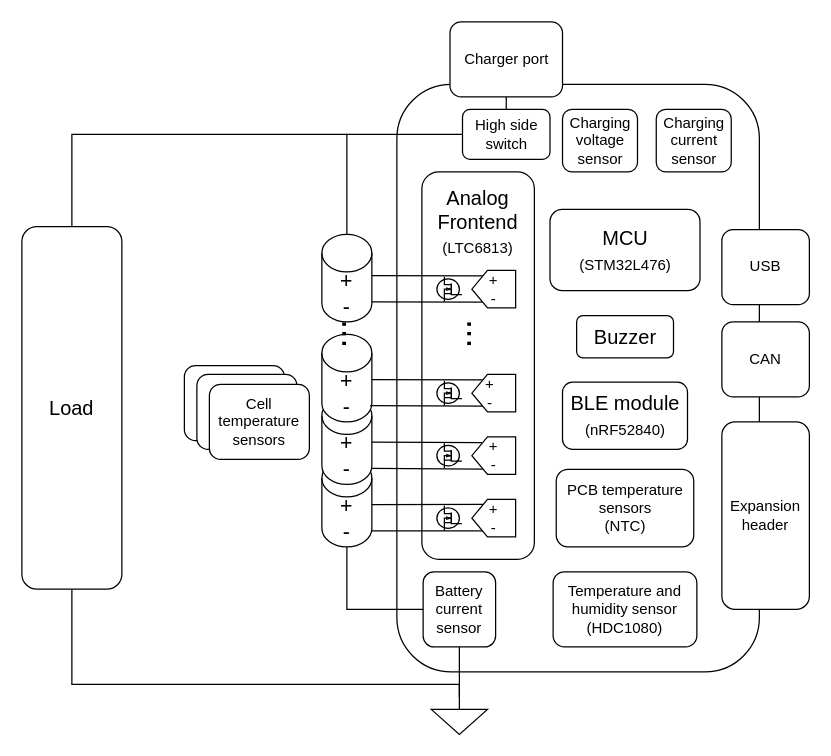
Before: docs/block-diagram.drawio in G-Pereira/greenmobi-bms, a draw.io diagram. Source tidied: cells renumbered, new cells numbered last; positions are measured from the earlier drawing's top-left corner, leaving out a move shared by most shapes. Both pictures are drawn from the tidied source at 125%, with x=0, y=0 at pixel (21, 21).
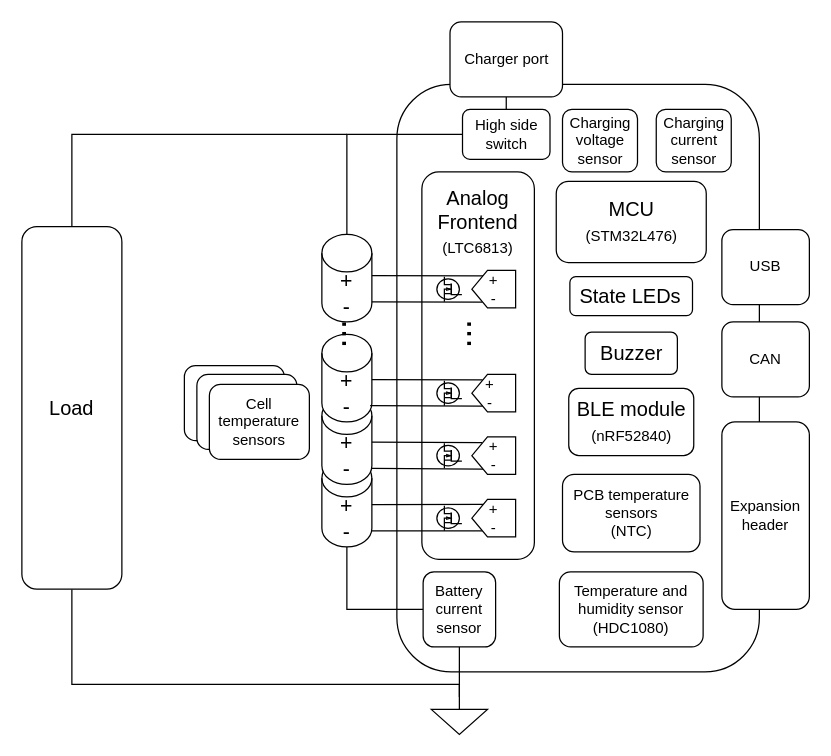
After the change.

Commit message (it also covers changes not shown here):
Add status LEDs to block diagram

The edit, as a diff of the source:
```diff
@@
     <mxCell id="10" value="MCU&lt;br&gt;&lt;font style=&quot;font-size: 12px;&quot;&gt;(STM32L476)&lt;/font&gt;" style="rounded=1;whiteSpace=wrap;html=1;fontSize=16;" parent="1" vertex="1">
-      <mxGeometry x="422.5" y="150" width="120" height="65" as="geometry" />
+      <mxGeometry x="427.5" y="127.5" width="120" height="65" as="geometry" />
     </mxCell>
@@
     <mxCell id="34" value="Temperature and humidity sensor&lt;br&gt;(HDC1080)" style="rounded=1;whiteSpace=wrap;html=1;fontSize=12;fillColor=#ffffff;" parent="1" vertex="1">
-      <mxGeometry x="425" y="440" width="115" height="60" as="geometry" />
+      <mxGeometry x="430" y="440" width="115" height="60" as="geometry" />
     </mxCell>
@@
     <mxCell id="42" value="BLE module&lt;br&gt;&lt;font style=&quot;font-size: 12px;&quot;&gt;(nRF52840)&lt;/font&gt;" style="rounded=1;whiteSpace=wrap;html=1;fontSize=16;" parent="1" vertex="1">
-      <mxGeometry x="432.5" y="288.2" width="100" height="53.8" as="geometry" />
+      <mxGeometry x="437.5" y="293.1" width="100" height="53.8" as="geometry" />
     </mxCell>
@@
     <mxCell id="51" value="PCB temperature sensors&lt;br&gt;(NTC)" style="rounded=1;whiteSpace=wrap;html=1;fontSize=12;fillColor=#ffffff;" parent="1" vertex="1">
-      <mxGeometry x="427.5" y="358" width="110" height="62" as="geometry" />
+      <mxGeometry x="432.5" y="362" width="110" height="62" as="geometry" />
     </mxCell>
@@
     <mxCell id="54" value="Buzzer" style="rounded=1;whiteSpace=wrap;html=1;fontSize=16;" parent="1" vertex="1">
-      <mxGeometry x="443.8" y="235" width="77.5" height="33.8" as="geometry" />
+      <mxGeometry x="450.6" y="248.2" width="73.8" height="33.8" as="geometry" />
     </mxCell>
+    <mxCell id="55" value="State LEDs" style="rounded=1;whiteSpace=wrap;html=1;fontSize=16;" parent="1" vertex="1">
+      <mxGeometry x="438.4" y="203.8" width="98.1" height="31.2" as="geometry" />
+    </mxCell>
```
